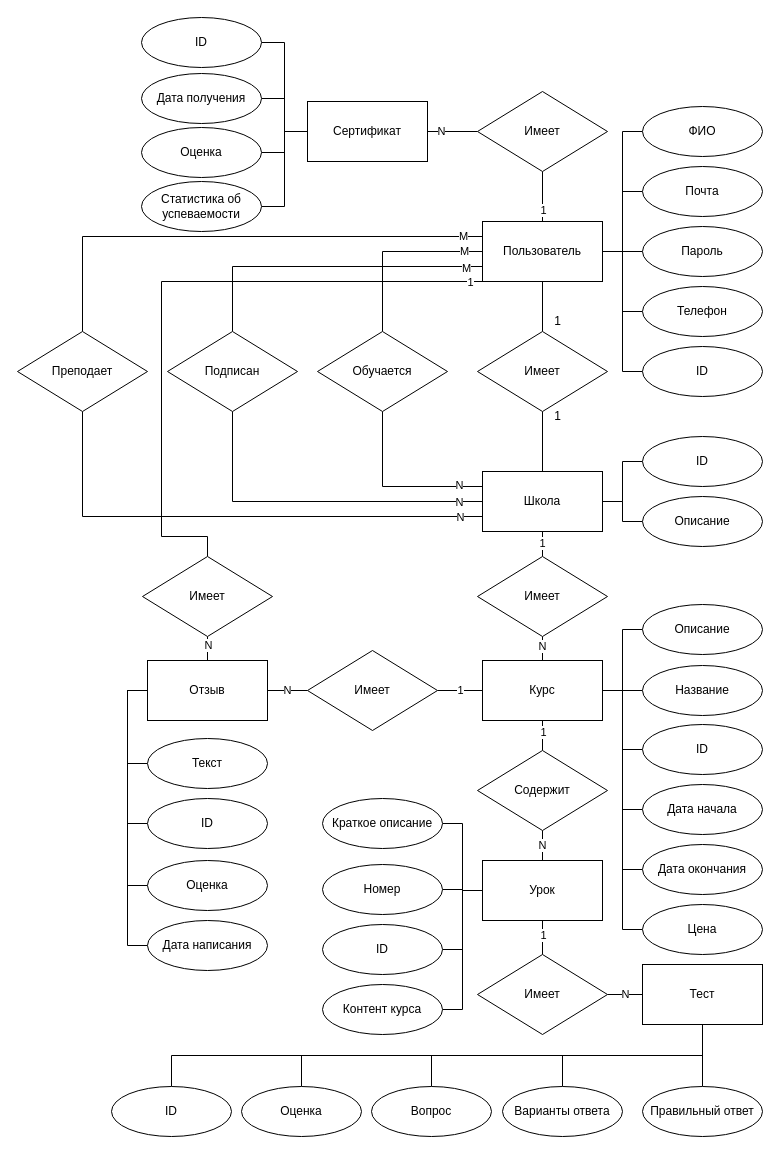
This is docs/images/er.drawio from paw1a/eschool, a draw.io file, before an edit. Source tidied: cells renumbered, new cells numbered last; positions are measured from the earlier drawing's top-left corner, leaving out a move shared by most shapes. Both pictures are drawn from the tidied source at 100%, with x=0, y=0 at pixel (17, 17).
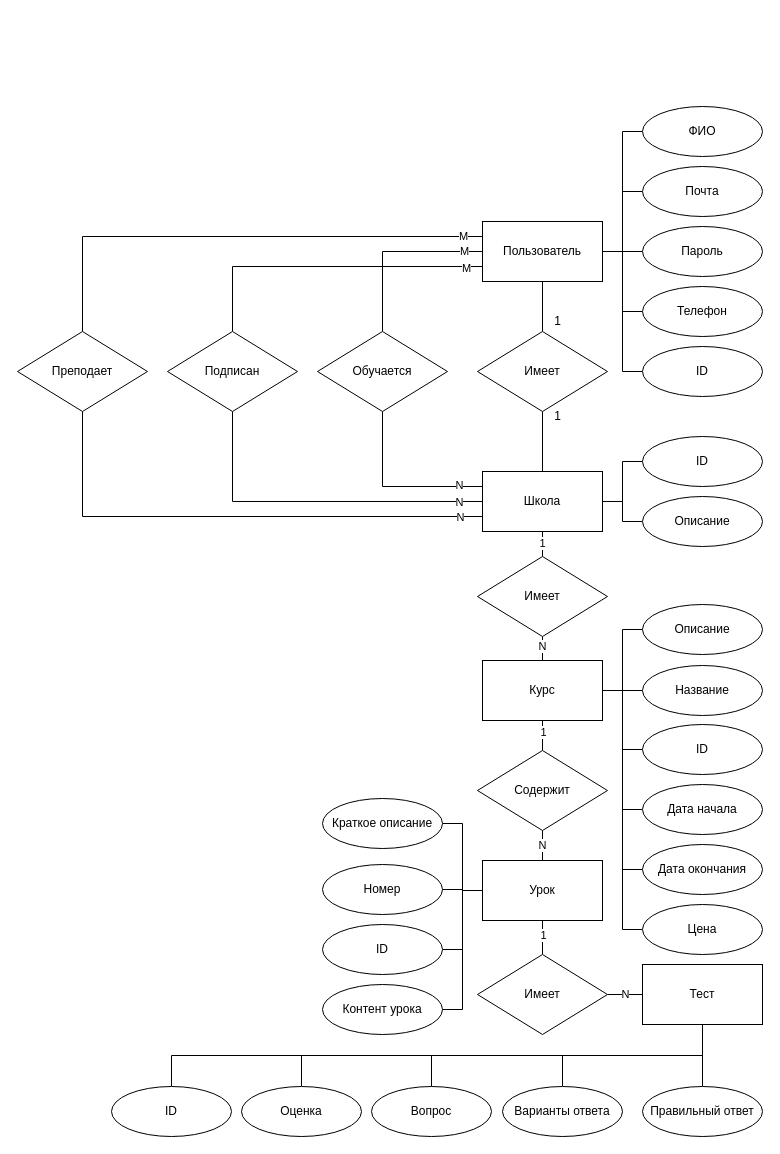
Above is the later version.

Unchanged cells that the change refers to:
```xml
<mxCell id="18" value="Пользователь" style="rounded=0;whiteSpace=wrap;html=1;" parent="1" vertex="1">
  <mxGeometry x="465" y="204" width="120" height="60" as="geometry" />
</mxCell>
<mxCell id="48" value="Курс" style="rounded=0;whiteSpace=wrap;html=1;" parent="1" vertex="1">
  <mxGeometry x="465" y="643" width="120" height="60" as="geometry" />
</mxCell>
```

Change to the diagram source:
```diff
@@
-    <mxCell id="8" style="edgeStyle=orthogonalEdgeStyle;rounded=0;jettySize=auto;html=1;exitX=0.5;exitY=0;exitDx=0;exitDy=0;entryX=0.5;entryY=1;entryDx=0;entryDy=0;endArrow=none;endFill=0;" parent="1" edge="1" source="18" target="70">
-      <mxGeometry relative="1" as="geometry" />
-    </mxCell>
-    <mxCell id="9" value="1" style="edgeLabel;html=1;align=center;verticalAlign=middle;" parent="8" vertex="1">
-      <mxGeometry x="-0.5" relative="1" as="geometry">
-        <mxPoint y="1" as="offset" />
-      </mxGeometry>
-    </mxCell>
@@
-    <mxCell id="16" style="edgeStyle=orthogonalEdgeStyle;rounded=0;jettySize=auto;html=1;exitX=0;exitY=1;exitDx=0;exitDy=0;entryX=0.5;entryY=0;entryDx=0;entryDy=0;endArrow=none;endFill=0;" parent="1" edge="1" source="18" target="101">
-      <mxGeometry relative="1" as="geometry">
-        <Array as="points">
-          <mxPoint x="144" y="264" />
-          <mxPoint x="144" y="519" />
-          <mxPoint x="190" y="519" />
-        </Array>
-      </mxGeometry>
-    </mxCell>
-    <mxCell id="17" value="1" style="edgeLabel;html=1;align=center;verticalAlign=middle;" parent="16" vertex="1">
-      <mxGeometry x="-0.96" y="2" relative="1" as="geometry">
-        <mxPoint y="-2" as="offset" />
-      </mxGeometry>
-    </mxCell>
@@
-    <mxCell id="40" style="edgeStyle=orthogonalEdgeStyle;rounded=0;jettySize=auto;html=1;exitX=0;exitY=0.5;exitDx=0;exitDy=0;entryX=1;entryY=0.5;entryDx=0;entryDy=0;endArrow=none;endFill=0;" parent="1" edge="1" source="48" target="62">
-      <mxGeometry relative="1" as="geometry" />
-    </mxCell>
-    <mxCell id="41" value="1" style="edgeLabel;html=1;align=center;verticalAlign=middle;" parent="40" vertex="1">
-      <mxGeometry x="0.02" y="-1" relative="1" as="geometry" />
-    </mxCell>
@@
-    <mxCell id="61" value="N" style="edgeStyle=orthogonalEdgeStyle;rounded=0;jettySize=auto;html=1;exitX=0;exitY=0.5;exitDx=0;exitDy=0;entryX=1;entryY=0.5;entryDx=0;entryDy=0;endArrow=none;endFill=0;" parent="1" edge="1" source="62" target="67">
-      <mxGeometry relative="1" as="geometry" />
-    </mxCell>
-    <mxCell id="62" value="Имеет" style="rhombus;whiteSpace=wrap;html=1;" parent="1" vertex="1">
-      <mxGeometry x="290" y="633" width="130" height="80" as="geometry" />
-    </mxCell>
-    <mxCell id="63" style="edgeStyle=orthogonalEdgeStyle;rounded=0;jettySize=auto;html=1;exitX=0;exitY=0.5;exitDx=0;exitDy=0;entryX=0;entryY=0.5;entryDx=0;entryDy=0;endArrow=none;endFill=0;" parent="1" edge="1" source="67" target="88">
-      <mxGeometry relative="1" as="geometry" />
-    </mxCell>
-    <mxCell id="64" style="edgeStyle=orthogonalEdgeStyle;rounded=0;jettySize=auto;html=1;exitX=0;exitY=0.5;exitDx=0;exitDy=0;entryX=0;entryY=0.5;entryDx=0;entryDy=0;endArrow=none;endFill=0;" parent="1" edge="1" source="67" target="89">
-      <mxGeometry relative="1" as="geometry" />
-    </mxCell>
-    <mxCell id="65" style="edgeStyle=orthogonalEdgeStyle;rounded=0;jettySize=auto;html=1;exitX=0;exitY=0.5;exitDx=0;exitDy=0;entryX=0;entryY=0.5;entryDx=0;entryDy=0;endArrow=none;endFill=0;" parent="1" edge="1" source="67" target="90">
-      <mxGeometry relative="1" as="geometry" />
-    </mxCell>
-    <mxCell id="66" style="edgeStyle=orthogonalEdgeStyle;rounded=0;jettySize=auto;html=1;exitX=0;exitY=0.5;exitDx=0;exitDy=0;entryX=0;entryY=0.5;entryDx=0;entryDy=0;endArrow=none;endFill=0;" parent="1" edge="1" source="67" target="91">
-      <mxGeometry relative="1" as="geometry" />
-    </mxCell>
-    <mxCell id="67" value="Отзыв" style="rounded=0;whiteSpace=wrap;html=1;" parent="1" vertex="1">
-      <mxGeometry x="130" y="643" width="120" height="60" as="geometry" />
-    </mxCell>
-    <mxCell id="68" style="edgeStyle=orthogonalEdgeStyle;rounded=0;jettySize=auto;html=1;exitX=0;exitY=0.5;exitDx=0;exitDy=0;entryX=1;entryY=0.5;entryDx=0;entryDy=0;endArrow=none;endFill=0;" parent="1" edge="1" source="70" target="75">
-      <mxGeometry relative="1" as="geometry" />
-    </mxCell>
-    <mxCell id="69" value="N" style="edgeLabel;html=1;align=center;verticalAlign=middle;" parent="68" vertex="1">
-      <mxGeometry x="0.48" y="-1" relative="1" as="geometry" />
-    </mxCell>
-    <mxCell id="70" value="Имеет" style="rhombus;whiteSpace=wrap;html=1;" parent="1" vertex="1">
-      <mxGeometry x="460" y="74" width="130" height="80" as="geometry" />
-    </mxCell>
-    <mxCell id="71" style="edgeStyle=orthogonalEdgeStyle;rounded=0;jettySize=auto;html=1;exitX=0;exitY=0.5;exitDx=0;exitDy=0;entryX=1;entryY=0.5;entryDx=0;entryDy=0;endArrow=none;endFill=0;" parent="1" edge="1" source="75" target="95">
-      <mxGeometry relative="1" as="geometry" />
-    </mxCell>
-    <mxCell id="72" style="edgeStyle=orthogonalEdgeStyle;rounded=0;jettySize=auto;html=1;exitX=0;exitY=0.5;exitDx=0;exitDy=0;entryX=1;entryY=0.5;entryDx=0;entryDy=0;endArrow=none;endFill=0;" parent="1" edge="1" source="75" target="96">
-      <mxGeometry relative="1" as="geometry" />
-    </mxCell>
-    <mxCell id="73" style="edgeStyle=orthogonalEdgeStyle;rounded=0;jettySize=auto;html=1;exitX=0;exitY=0.5;exitDx=0;exitDy=0;entryX=1;entryY=0.5;entryDx=0;entryDy=0;endArrow=none;endFill=0;" parent="1" edge="1" source="75" target="97">
-      <mxGeometry relative="1" as="geometry" />
-    </mxCell>
-    <mxCell id="74" style="edgeStyle=orthogonalEdgeStyle;rounded=0;jettySize=auto;html=1;exitX=0;exitY=0.5;exitDx=0;exitDy=0;entryX=1;entryY=0.5;entryDx=0;entryDy=0;endArrow=none;endFill=0;" parent="1" edge="1" source="75" target="98">
-      <mxGeometry relative="1" as="geometry" />
-    </mxCell>
-    <mxCell id="75" value="Сертификат" style="rounded=0;whiteSpace=wrap;html=1;" parent="1" vertex="1">
-      <mxGeometry x="290" y="84" width="120" height="60" as="geometry" />
-    </mxCell>
@@
-    <mxCell id="87" value="Контент курса" style="ellipse;whiteSpace=wrap;html=1;" parent="1" vertex="1">
+    <mxCell id="87" value="Контент урока" style="ellipse;whiteSpace=wrap;html=1;" parent="1" vertex="1">
       <mxGeometry x="305" y="967" width="120" height="50" as="geometry" />
     </mxCell>
-    <mxCell id="88" value="Текст" style="ellipse;whiteSpace=wrap;html=1;" parent="1" vertex="1">
-      <mxGeometry x="130" y="721" width="120" height="50" as="geometry" />
-    </mxCell>
-    <mxCell id="89" value="ID" style="ellipse;whiteSpace=wrap;html=1;" parent="1" vertex="1">
-      <mxGeometry x="130" y="781" width="120" height="50" as="geometry" />
-    </mxCell>
-    <mxCell id="90" value="Оценка" style="ellipse;whiteSpace=wrap;html=1;" parent="1" vertex="1">
-      <mxGeometry x="130" y="843" width="120" height="50" as="geometry" />
-    </mxCell>
-    <mxCell id="91" value="Дата написания" style="ellipse;whiteSpace=wrap;html=1;" parent="1" vertex="1">
-      <mxGeometry x="130" y="903" width="120" height="50" as="geometry" />
-    </mxCell>
@@
-    <mxCell id="95" value="ID" style="ellipse;whiteSpace=wrap;html=1;" parent="1" vertex="1">
-      <mxGeometry x="124" width="120" height="50" as="geometry" />
-    </mxCell>
-    <mxCell id="96" value="Дата получения" style="ellipse;whiteSpace=wrap;html=1;" parent="1" vertex="1">
-      <mxGeometry x="124" y="56" width="120" height="50" as="geometry" />
-    </mxCell>
-    <mxCell id="97" value="Оценка" style="ellipse;whiteSpace=wrap;html=1;" parent="1" vertex="1">
-      <mxGeometry x="124" y="110" width="120" height="50" as="geometry" />
-    </mxCell>
-    <mxCell id="98" value="Статистика об успеваемости" style="ellipse;whiteSpace=wrap;html=1;" parent="1" vertex="1">
-      <mxGeometry x="124" y="164" width="120" height="50" as="geometry" />
-    </mxCell>
-    <mxCell id="99" style="edgeStyle=orthogonalEdgeStyle;rounded=0;jettySize=auto;html=1;exitX=0.5;exitY=1;exitDx=0;exitDy=0;entryX=0.5;entryY=0;entryDx=0;entryDy=0;endArrow=none;endFill=0;" parent="1" edge="1" source="101" target="67">
-      <mxGeometry relative="1" as="geometry" />
-    </mxCell>
-    <mxCell id="100" value="N" style="edgeLabel;html=1;align=center;verticalAlign=middle;" parent="99" vertex="1">
-      <mxGeometry x="-0.35" relative="1" as="geometry" />
-    </mxCell>
-    <mxCell id="101" value="Имеет" style="rhombus;whiteSpace=wrap;html=1;" parent="1" vertex="1">
-      <mxGeometry x="125" y="539" width="130" height="80" as="geometry" />
-    </mxCell>
```
